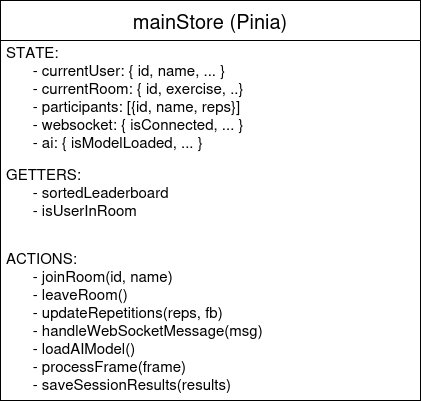
Earlier version of the draw.io export doc/arxius/DiagramaPiniav2.png (inspedralbes/tr1-type-racer-royale-dam_25_26_tr1g3). Source tidied: cells renumbered, new cells last; positions are measured from the earlier drawing's top-left corner, leaving out a move shared by most shapes. The source it was exported from:
```xml
<mxGraphModel>
  <root>
    <mxCell id="0" />
    <mxCell id="1" parent="0" />
    <mxCell id="2" value="&lt;font style=&quot;font-size: 20px;&quot;&gt;mainStore (Pinia)&lt;/font&gt;" style="swimlane;fontStyle=0;horizontal=1;startSize=40;whiteSpace=wrap;html=1;" parent="1" vertex="1">
      <mxGeometry width="420" height="400" as="geometry" />
    </mxCell>
    <mxCell id="3" value="&lt;font style=&quot;font-size: 15px;&quot;&gt;STATE:&lt;br&gt;&lt;span style=&quot;white-space: pre;&quot;&gt;&#9;&lt;/span&gt;- currentUser: { id, name, ... }&lt;br&gt;&lt;span style=&quot;white-space: pre;&quot;&gt;&#9;&lt;/span&gt;- currentRoom: { id, exercise, ..}&lt;br&gt;&lt;span style=&quot;white-space: pre;&quot;&gt;&#9;&lt;/span&gt;- participants: [{id, name, reps}]&lt;br&gt;&lt;span style=&quot;white-space: pre;&quot;&gt;&#9;&lt;/span&gt;- websocket: { isConnected, ... }&lt;br&gt;&lt;span style=&quot;white-space: pre;&quot;&gt;&#9;&lt;/span&gt;- ai: { isModelLoaded, ... }&amp;nbsp;&amp;nbsp;&lt;/font&gt;&lt;div&gt;&lt;font style=&quot;font-size: 15px;&quot;&gt;&lt;br&gt;&lt;/font&gt;&lt;/div&gt;" style="text;strokeColor=none;fillColor=none;align=left;verticalAlign=middle;spacingLeft=4;spacingRight=4;overflow=hidden;whiteSpace=wrap;html=1;" parent="2" vertex="1">
      <mxGeometry y="40" width="420" height="120" as="geometry" />
    </mxCell>
    <mxCell id="4" value="&lt;font style=&quot;font-size: 15px;&quot;&gt;GETTERS:&lt;br&gt;&lt;span style=&quot;white-space: pre;&quot;&gt;&#9;&lt;/span&gt;- sortedLeaderboard&lt;br&gt;&lt;span style=&quot;white-space: pre;&quot;&gt;&#9;&lt;/span&gt;- isUserInRoom&amp;nbsp; &amp;nbsp; &amp;nbsp; &amp;nbsp; &amp;nbsp; &amp;nbsp; &amp;nbsp; &amp;nbsp; &amp;nbsp;&amp;nbsp;&lt;/font&gt;&lt;div&gt;&lt;font style=&quot;font-size: 15px;&quot;&gt;&lt;br&gt;&lt;/font&gt;&lt;/div&gt;" style="text;strokeColor=none;fillColor=none;align=left;verticalAlign=middle;spacingLeft=4;spacingRight=4;overflow=hidden;whiteSpace=wrap;html=1;" parent="2" vertex="1">
      <mxGeometry y="160" width="420" height="80" as="geometry" />
    </mxCell>
    <mxCell id="5" value="&lt;font style=&quot;font-size: 15px;&quot;&gt;ACTIONS:&lt;br&gt;&lt;/font&gt;&lt;font style=&quot;font-size: 15px;&quot;&gt;&lt;span style=&quot;white-space: pre;&quot;&gt;&#9;&lt;/span&gt;- joinRoom(id, name)&lt;br&gt;&lt;/font&gt;&lt;font style=&quot;font-size: 15px;&quot;&gt;&lt;span style=&quot;white-space: pre;&quot;&gt;&#9;&lt;/span&gt;- leaveRoom()&lt;br&gt;&lt;/font&gt;&lt;font style=&quot;font-size: 15px;&quot;&gt;&lt;span style=&quot;white-space: pre;&quot;&gt;&#9;&lt;/span&gt;- updateRepetitions(reps, fb)&lt;br&gt;&lt;/font&gt;&lt;font style=&quot;font-size: 15px;&quot;&gt;&lt;span style=&quot;white-space: pre;&quot;&gt;&#9;&lt;/span&gt;- handleWebSocketMessage(msg)&lt;br&gt;&lt;/font&gt;&lt;font style=&quot;font-size: 15px;&quot;&gt;&lt;span style=&quot;white-space: pre;&quot;&gt;&#9;&lt;/span&gt;- loadAIModel()&lt;br&gt;&lt;/font&gt;&lt;font style=&quot;font-size: 15px;&quot;&gt;&lt;span style=&quot;white-space: pre;&quot;&gt;&#9;&lt;/span&gt;- processFrame(frame)&lt;br&gt;&lt;/font&gt;&lt;font style=&quot;font-size: 15px;&quot;&gt;&lt;span style=&quot;white-space: pre;&quot;&gt;&#9;&lt;/span&gt;- saveSessionResults(results)&lt;/font&gt;" style="text;strokeColor=none;fillColor=none;align=left;verticalAlign=middle;spacingLeft=4;spacingRight=4;overflow=hidden;whiteSpace=wrap;html=1;" parent="2" vertex="1">
      <mxGeometry y="240" width="420" height="160" as="geometry" />
    </mxCell>
  </root>
</mxGraphModel>
```
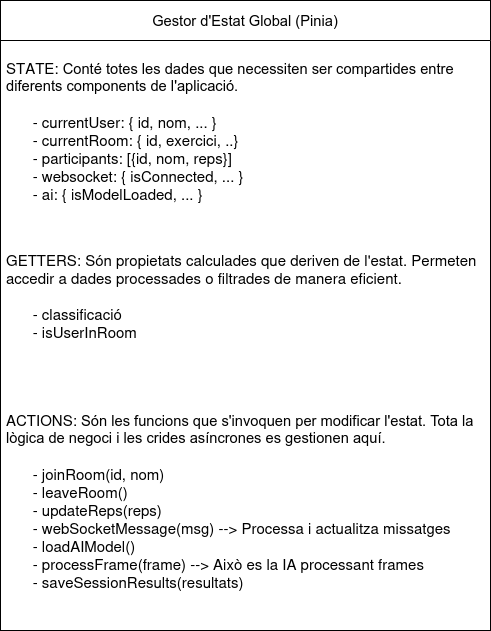
The same diagram one commit later.

Change to the diagram source:
```diff
@@ -2,17 +2,17 @@
   <root>
     <mxCell id="0" />
     <mxCell id="1" parent="0" />
-    <mxCell id="2" value="&lt;font style=&quot;font-size: 20px;&quot;&gt;mainStore (Pinia)&lt;/font&gt;" style="swimlane;fontStyle=0;horizontal=1;startSize=40;whiteSpace=wrap;html=1;" parent="1" vertex="1">
-      <mxGeometry width="420" height="400" as="geometry" />
+    <mxCell id="2" value="&lt;span id=&quot;docs-internal-guid-7b54f9b1-7fff-611c-3c83-69896b880842&quot; style=&quot;font-size:11pt;font-family:Arial,sans-serif;color:#000000;background-color:transparent;font-weight:400;font-style:normal;font-variant:normal;text-decoration:none;vertical-align:baseline;white-space:pre;white-space:pre-wrap;&quot;&gt;Gestor d'Estat Global (Pinia)&lt;/span&gt;" style="swimlane;fontStyle=0;horizontal=1;startSize=40;whiteSpace=wrap;html=1;" parent="1" vertex="1">
+      <mxGeometry width="490" height="630" as="geometry" />
     </mxCell>
-    <mxCell id="3" value="&lt;font style=&quot;font-size: 15px;&quot;&gt;STATE:&lt;br&gt;&lt;span style=&quot;white-space: pre;&quot;&gt;&#9;&lt;/span&gt;- currentUser: { id, name, ... }&lt;br&gt;&lt;span style=&quot;white-space: pre;&quot;&gt;&#9;&lt;/span&gt;- currentRoom: { id, exercise, ..}&lt;br&gt;&lt;span style=&quot;white-space: pre;&quot;&gt;&#9;&lt;/span&gt;- participants: [{id, name, reps}]&lt;br&gt;&lt;span style=&quot;white-space: pre;&quot;&gt;&#9;&lt;/span&gt;- websocket: { isConnected, ... }&lt;br&gt;&lt;span style=&quot;white-space: pre;&quot;&gt;&#9;&lt;/span&gt;- ai: { isModelLoaded, ... }&amp;nbsp;&amp;nbsp;&lt;/font&gt;&lt;div&gt;&lt;font style=&quot;font-size: 15px;&quot;&gt;&lt;br&gt;&lt;/font&gt;&lt;/div&gt;" style="text;strokeColor=none;fillColor=none;align=left;verticalAlign=middle;spacingLeft=4;spacingRight=4;overflow=hidden;whiteSpace=wrap;html=1;" parent="2" vertex="1">
-      <mxGeometry y="40" width="420" height="120" as="geometry" />
+    <mxCell id="3" value="&lt;div&gt;&lt;font style=&quot;font-size: 15px;&quot;&gt;STATE:&amp;nbsp;&lt;/font&gt;&lt;span id=&quot;docs-internal-guid-a5ebe05e-7fff-0eb1-a32f-8c415b05980d&quot; style=&quot;font-size: 11pt; font-family: Arial, sans-serif; color: rgb(0, 0, 0); background-color: transparent; font-weight: 400; font-style: normal; font-variant: normal; text-decoration: none; vertical-align: baseline; white-space: pre-wrap;&quot;&gt;Conté totes les dades que necessiten ser compartides entre diferents components de l'aplicació.&lt;/span&gt;&lt;/div&gt;&lt;div&gt;&lt;span id=&quot;docs-internal-guid-a5ebe05e-7fff-0eb1-a32f-8c415b05980d&quot; style=&quot;font-size: 11pt; font-family: Arial, sans-serif; color: rgb(0, 0, 0); background-color: transparent; font-weight: 400; font-style: normal; font-variant: normal; text-decoration: none; vertical-align: baseline; white-space: pre-wrap;&quot;&gt;&lt;br&gt;&lt;/span&gt;&lt;/div&gt;&lt;font style=&quot;font-size: 15px;&quot;&gt;&lt;span style=&quot;white-space: pre;&quot;&gt;&#9;&lt;/span&gt;- currentUser&lt;/font&gt;&lt;font style=&quot;font-size: 15px;&quot;&gt;: { id, nom, ... }&lt;br&gt;&lt;span style=&quot;white-space: pre;&quot;&gt;&#9;&lt;/span&gt;- currentRoom: { id, exercici, ..}&lt;br&gt;&lt;span style=&quot;white-space: pre;&quot;&gt;&#9;&lt;/span&gt;- participants: [{id, nom, reps}]&lt;br&gt;&lt;span style=&quot;white-space: pre;&quot;&gt;&#9;&lt;/span&gt;- websocket: { isConnected, ... }&lt;br&gt;&lt;span style=&quot;white-space: pre;&quot;&gt;&#9;&lt;/span&gt;- ai: { isModelLoaded, ... }&lt;/font&gt;" style="text;strokeColor=none;fillColor=none;align=left;verticalAlign=middle;spacingLeft=4;spacingRight=4;overflow=hidden;whiteSpace=wrap;html=1;" parent="2" vertex="1">
+      <mxGeometry y="40" width="490" height="180" as="geometry" />
     </mxCell>
-    <mxCell id="4" value="&lt;font style=&quot;font-size: 15px;&quot;&gt;GETTERS:&lt;br&gt;&lt;span style=&quot;white-space: pre;&quot;&gt;&#9;&lt;/span&gt;- sortedLeaderboard&lt;br&gt;&lt;span style=&quot;white-space: pre;&quot;&gt;&#9;&lt;/span&gt;- isUserInRoom&amp;nbsp; &amp;nbsp; &amp;nbsp; &amp;nbsp; &amp;nbsp; &amp;nbsp; &amp;nbsp; &amp;nbsp; &amp;nbsp;&amp;nbsp;&lt;/font&gt;&lt;div&gt;&lt;font style=&quot;font-size: 15px;&quot;&gt;&lt;br&gt;&lt;/font&gt;&lt;/div&gt;" style="text;strokeColor=none;fillColor=none;align=left;verticalAlign=middle;spacingLeft=4;spacingRight=4;overflow=hidden;whiteSpace=wrap;html=1;" parent="2" vertex="1">
-      <mxGeometry y="160" width="420" height="80" as="geometry" />
+    <mxCell id="4" value="&lt;div&gt;&lt;font style=&quot;font-size: 15px;&quot;&gt;GETTERS: Són propietats calculades que deriven de l'estat. Permeten accedir a dades processades o filtrades de manera eficient.&lt;/font&gt;&lt;/div&gt;&lt;div&gt;&lt;font style=&quot;font-size: 15px;&quot;&gt;&lt;br&gt;&lt;/font&gt;&lt;/div&gt;&lt;font style=&quot;font-size: 15px;&quot;&gt;&lt;span style=&quot;white-space: pre;&quot;&gt;&#9;&lt;/span&gt;- classificació&lt;br&gt;&lt;span style=&quot;white-space: pre;&quot;&gt;&#9;&lt;/span&gt;- isUserInRoom&lt;/font&gt;" style="text;strokeColor=none;fillColor=none;align=left;verticalAlign=middle;spacingLeft=4;spacingRight=4;overflow=hidden;whiteSpace=wrap;html=1;" parent="2" vertex="1">
+      <mxGeometry y="220" width="490" height="150" as="geometry" />
     </mxCell>
-    <mxCell id="5" value="&lt;font style=&quot;font-size: 15px;&quot;&gt;ACTIONS:&lt;br&gt;&lt;/font&gt;&lt;font style=&quot;font-size: 15px;&quot;&gt;&lt;span style=&quot;white-space: pre;&quot;&gt;&#9;&lt;/span&gt;- joinRoom(id, name)&lt;br&gt;&lt;/font&gt;&lt;font style=&quot;font-size: 15px;&quot;&gt;&lt;span style=&quot;white-space: pre;&quot;&gt;&#9;&lt;/span&gt;- leaveRoom()&lt;br&gt;&lt;/font&gt;&lt;font style=&quot;font-size: 15px;&quot;&gt;&lt;span style=&quot;white-space: pre;&quot;&gt;&#9;&lt;/span&gt;- updateRepetitions(reps, fb)&lt;br&gt;&lt;/font&gt;&lt;font style=&quot;font-size: 15px;&quot;&gt;&lt;span style=&quot;white-space: pre;&quot;&gt;&#9;&lt;/span&gt;- handleWebSocketMessage(msg)&lt;br&gt;&lt;/font&gt;&lt;font style=&quot;font-size: 15px;&quot;&gt;&lt;span style=&quot;white-space: pre;&quot;&gt;&#9;&lt;/span&gt;- loadAIModel()&lt;br&gt;&lt;/font&gt;&lt;font style=&quot;font-size: 15px;&quot;&gt;&lt;span style=&quot;white-space: pre;&quot;&gt;&#9;&lt;/span&gt;- processFrame(frame)&lt;br&gt;&lt;/font&gt;&lt;font style=&quot;font-size: 15px;&quot;&gt;&lt;span style=&quot;white-space: pre;&quot;&gt;&#9;&lt;/span&gt;- saveSessionResults(results)&lt;/font&gt;" style="text;strokeColor=none;fillColor=none;align=left;verticalAlign=middle;spacingLeft=4;spacingRight=4;overflow=hidden;whiteSpace=wrap;html=1;" parent="2" vertex="1">
-      <mxGeometry y="240" width="420" height="160" as="geometry" />
+    <mxCell id="5" value="&lt;div&gt;&lt;font style=&quot;font-size: 15px;&quot;&gt;ACTIONS:&amp;nbsp;&lt;/font&gt;&lt;span id=&quot;docs-internal-guid-8b87c0f4-7fff-09e9-e0ba-d62b142961e7&quot; style=&quot;font-size: 11pt; font-family: Arial, sans-serif; color: rgb(0, 0, 0); background-color: transparent; font-weight: 400; font-style: normal; font-variant: normal; text-decoration: none; vertical-align: baseline; white-space: pre-wrap;&quot;&gt;Són les funcions que s'invoquen per modificar l'estat. Tota la lògica de negoci i les crides asíncrones es gestionen aquí.&lt;/span&gt;&lt;/div&gt;&lt;div&gt;&lt;span id=&quot;docs-internal-guid-8b87c0f4-7fff-09e9-e0ba-d62b142961e7&quot; style=&quot;font-size: 11pt; font-family: Arial, sans-serif; color: rgb(0, 0, 0); background-color: transparent; font-weight: 400; font-style: normal; font-variant: normal; text-decoration: none; vertical-align: baseline; white-space: pre-wrap;&quot;&gt;&lt;br&gt;&lt;/span&gt;&lt;/div&gt;&lt;font style=&quot;font-size: 15px;&quot;&gt;&lt;span style=&quot;white-space: pre;&quot;&gt;&#9;&lt;/span&gt;- joinRoom(id, nom)&lt;br&gt;&lt;/font&gt;&lt;font style=&quot;font-size: 15px;&quot;&gt;&lt;span style=&quot;white-space: pre;&quot;&gt;&#9;&lt;/span&gt;- leaveRoom()&lt;br&gt;&lt;/font&gt;&lt;font style=&quot;font-size: 15px;&quot;&gt;&lt;span style=&quot;white-space: pre;&quot;&gt;&#9;&lt;/span&gt;- updateReps(reps)&lt;br&gt;&lt;/font&gt;&lt;font style=&quot;font-size: 15px;&quot;&gt;&lt;span style=&quot;white-space: pre;&quot;&gt;&#9;&lt;/span&gt;- webSocketMessage(msg) --&amp;gt; Processa i actualitza missatges&lt;br&gt;&lt;/font&gt;&lt;font style=&quot;font-size: 15px;&quot;&gt;&lt;span style=&quot;white-space: pre;&quot;&gt;&#9;&lt;/span&gt;- loadAIModel()&lt;br&gt;&lt;/font&gt;&lt;font style=&quot;font-size: 15px;&quot;&gt;&lt;span style=&quot;white-space: pre;&quot;&gt;&#9;&lt;/span&gt;- processFrame(frame) --&amp;gt; Això es la IA processant frames&lt;br&gt;&lt;/font&gt;&lt;font style=&quot;font-size: 15px;&quot;&gt;&lt;span style=&quot;white-space: pre;&quot;&gt;&#9;&lt;/span&gt;- saveSessionResults(resultats)&lt;/font&gt;" style="text;strokeColor=none;fillColor=none;align=left;verticalAlign=middle;spacingLeft=4;spacingRight=4;overflow=hidden;whiteSpace=wrap;html=1;" parent="2" vertex="1">
+      <mxGeometry y="370" width="490" height="260" as="geometry" />
     </mxCell>
   </root>
 </mxGraphModel>
```
